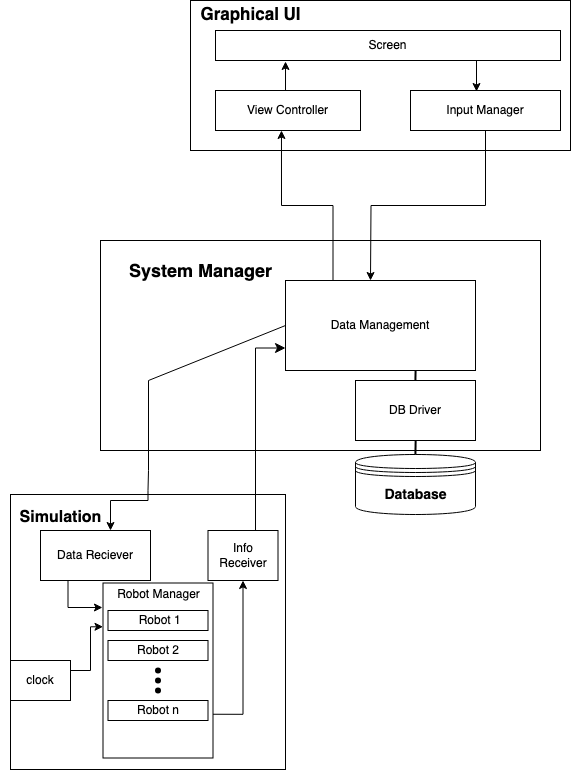
Above: docs/design/Architecture_Diagram/Architecture_Diagram_final.png in ur-swe-fa24/main-project-scrum-heads (draw.io), before the change. Source tidied: cells renumbered, new cells last; positions are measured from the earlier drawing's top-left corner, leaving out a move shared by most shapes. Source of this version:
```xml
<mxGraphModel>
  <root>
    <mxCell id="0" />
    <mxCell id="1" parent="0" />
    <mxCell id="2" style="rounded=0;whiteSpace=wrap;html=1;" parent="1" vertex="1">
      <mxGeometry x="190" width="380" height="150" as="geometry" />
    </mxCell>
    <mxCell id="3" style="whiteSpace=wrap;html=1;" parent="1" vertex="1">
      <mxGeometry x="10" y="494" width="275" height="275" as="geometry" />
    </mxCell>
    <mxCell id="4" style="rounded=0;whiteSpace=wrap;html=1;" parent="1" vertex="1">
      <mxGeometry x="100" y="240" width="440" height="210" as="geometry" />
    </mxCell>
    <mxCell id="5" style="line;strokeWidth=2;html=1;rotation=-89;" parent="1" vertex="1">
      <mxGeometry x="405" y="370" width="20" height="10" as="geometry" />
    </mxCell>
    <mxCell id="6" style="line;strokeWidth=2;html=1;rotation=-89;" parent="1" vertex="1">
      <mxGeometry x="405" y="444" width="20" height="10" as="geometry" />
    </mxCell>
    <mxCell id="7" value="Data Management" style="rounded=0;whiteSpace=wrap;html=1;" parent="1" vertex="1">
      <mxGeometry x="285" y="280" width="190" height="90" as="geometry" />
    </mxCell>
    <mxCell id="8" value="DB Driver" style="rounded=0;whiteSpace=wrap;html=1;" parent="1" vertex="1">
      <mxGeometry x="355" y="380" width="120" height="60" as="geometry" />
    </mxCell>
    <mxCell id="9" style="shape=datastore;whiteSpace=wrap;html=1;" parent="1" vertex="1">
      <mxGeometry x="355" y="454" width="120" height="60" as="geometry" />
    </mxCell>
    <mxCell id="10" style="edgeStyle=orthogonalEdgeStyle;rounded=0;orthogonalLoop=1;jettySize=auto;html=1;exitX=0.5;exitY=0;exitDx=0;exitDy=0;" parent="1" edge="1">
      <mxGeometry relative="1" as="geometry">
        <mxPoint x="147.5" y="490" as="sourcePoint" />
        <mxPoint x="110" y="530" as="targetPoint" />
        <Array as="points">
          <mxPoint x="148" y="500" />
          <mxPoint x="110" y="500" />
        </Array>
      </mxGeometry>
    </mxCell>
    <mxCell id="11" style="edgeStyle=orthogonalEdgeStyle;rounded=0;jettySize=auto;html=1;exitX=1;exitY=0.25;exitDx=0;exitDy=0;entryX=0;entryY=0.25;entryDx=0;entryDy=0;" parent="1" edge="1" source="12" target="16">
      <mxGeometry relative="1" as="geometry">
        <Array as="points">
          <mxPoint x="90" y="670" />
          <mxPoint x="90" y="626" />
        </Array>
      </mxGeometry>
    </mxCell>
    <mxCell id="12" value="clock" style="rounded=0;whiteSpace=wrap;html=1;" parent="1" vertex="1">
      <mxGeometry x="10" y="660" width="60" height="40" as="geometry" />
    </mxCell>
    <mxCell id="13" value="Data Reciever" style="rounded=0;whiteSpace=wrap;html=1;" parent="1" vertex="1">
      <mxGeometry x="40" y="530" width="110" height="50" as="geometry" />
    </mxCell>
    <mxCell id="14" value="Info Receiver" style="rounded=0;whiteSpace=wrap;html=1;" parent="1" vertex="1">
      <mxGeometry x="207.5" y="530" width="70" height="50" as="geometry" />
    </mxCell>
    <mxCell id="15" style="edgeStyle=orthogonalEdgeStyle;rounded=0;jettySize=auto;html=1;exitX=1;exitY=0.75;exitDx=0;exitDy=0;" parent="1" edge="1" source="16" target="14">
      <mxGeometry relative="1" as="geometry" />
    </mxCell>
    <mxCell id="16" style="rounded=0;whiteSpace=wrap;html=1;" parent="1" vertex="1">
      <mxGeometry x="102.5" y="582.5" width="110" height="175" as="geometry" />
    </mxCell>
    <mxCell id="17" value="&amp;nbsp;Robot 1" style="rounded=0;whiteSpace=wrap;html=1;" parent="1" vertex="1">
      <mxGeometry x="107.5" y="610" width="100" height="20" as="geometry" />
    </mxCell>
    <mxCell id="18" value="Robot 2" style="rounded=0;whiteSpace=wrap;html=1;" parent="1" vertex="1">
      <mxGeometry x="107.5" y="640" width="100" height="20" as="geometry" />
    </mxCell>
    <mxCell id="19" value="Robot n" style="rounded=0;whiteSpace=wrap;html=1;" parent="1" vertex="1">
      <mxGeometry x="107.5" y="700" width="100" height="20" as="geometry" />
    </mxCell>
    <mxCell id="20" style="endArrow=none;html=1;rounded=0;entryX=0;entryY=0.5;entryDx=0;entryDy=0;exitX=0.5;exitY=0;exitDx=0;exitDy=0;" parent="1" edge="1" target="7">
      <mxGeometry relative="1" as="geometry">
        <mxPoint x="147.5" y="490" as="sourcePoint" />
        <Array as="points">
          <mxPoint x="148" y="470" />
          <mxPoint x="148" y="450" />
          <mxPoint x="148" y="380" />
        </Array>
      </mxGeometry>
    </mxCell>
    <mxCell id="21" value="Simulation" style="text;strokeColor=none;fillColor=none;html=1;fontSize=16;fontStyle=1;verticalAlign=middle;align=center;" parent="1" vertex="1">
      <mxGeometry y="504" width="120" height="26" as="geometry" />
    </mxCell>
    <mxCell id="22" value="System Manager" style="text;strokeColor=none;fillColor=none;html=1;fontSize=18;fontStyle=1;verticalAlign=middle;align=center;" parent="1" vertex="1">
      <mxGeometry x="150" y="250" width="100" height="40" as="geometry" />
    </mxCell>
    <mxCell id="23" value="Database" style="text;strokeColor=none;fillColor=none;html=1;fontSize=14;fontStyle=1;verticalAlign=middle;align=center;" parent="1" vertex="1">
      <mxGeometry x="365" y="474" width="100" height="40" as="geometry" />
    </mxCell>
    <mxCell id="24" value="Screen" style="rounded=0;whiteSpace=wrap;html=1;" parent="1" vertex="1">
      <mxGeometry x="215" y="30" width="345" height="30" as="geometry" />
    </mxCell>
    <mxCell id="25" value="View Controller" style="rounded=0;whiteSpace=wrap;html=1;" parent="1" vertex="1">
      <mxGeometry x="215" y="90" width="145" height="40" as="geometry" />
    </mxCell>
    <mxCell id="26" value="Input Manager" style="rounded=0;whiteSpace=wrap;html=1;" parent="1" vertex="1">
      <mxGeometry x="410" y="90" width="150" height="40" as="geometry" />
    </mxCell>
    <mxCell id="27" style="edgeStyle=orthogonalEdgeStyle;rounded=0;jettySize=auto;html=1;exitX=0.5;exitY=1;exitDx=0;exitDy=0;" parent="1" edge="1" source="26">
      <mxGeometry relative="1" as="geometry">
        <mxPoint x="370" y="280" as="targetPoint" />
      </mxGeometry>
    </mxCell>
    <mxCell id="28" style="edgeStyle=orthogonalEdgeStyle;rounded=0;jettySize=auto;html=1;exitX=0.25;exitY=0;exitDx=0;exitDy=0;entryX=0.455;entryY=1;entryDx=0;entryDy=0;entryPerimeter=0;" parent="1" edge="1" source="7" target="25">
      <mxGeometry relative="1" as="geometry" />
    </mxCell>
    <mxCell id="29" style="edgeStyle=orthogonalEdgeStyle;rounded=0;jettySize=auto;html=1;exitX=0.5;exitY=0;exitDx=0;exitDy=0;entryX=0.203;entryY=1.033;entryDx=0;entryDy=0;entryPerimeter=0;" parent="1" edge="1" source="25" target="24">
      <mxGeometry relative="1" as="geometry" />
    </mxCell>
    <mxCell id="30" style="edgeStyle=orthogonalEdgeStyle;rounded=0;jettySize=auto;html=1;exitX=0.75;exitY=1;exitDx=0;exitDy=0;entryX=0.44;entryY=0.025;entryDx=0;entryDy=0;entryPerimeter=0;" parent="1" edge="1" source="24" target="26">
      <mxGeometry relative="1" as="geometry" />
    </mxCell>
    <mxCell id="31" value="Graphical UI" style="text;strokeColor=none;fillColor=none;html=1;fontSize=17;fontStyle=1;verticalAlign=middle;align=center;" parent="1" vertex="1">
      <mxGeometry x="200" y="8" width="100" height="12" as="geometry" />
    </mxCell>
    <mxCell id="32" style="shape=waypoint;sketch=0;fillStyle=solid;size=6;fillColor=none;perimeter=centerPerimeter;" parent="1" vertex="1">
      <mxGeometry x="147.5" y="660" width="20" height="20" as="geometry" />
    </mxCell>
    <mxCell id="33" style="shape=waypoint;sketch=0;fillStyle=solid;size=6;fillColor=none;perimeter=centerPerimeter;" parent="1" vertex="1">
      <mxGeometry x="147.5" y="670" width="20" height="20" as="geometry" />
    </mxCell>
    <mxCell id="34" style="shape=waypoint;sketch=0;fillStyle=solid;size=6;fillColor=none;perimeter=centerPerimeter;" parent="1" vertex="1">
      <mxGeometry x="147.5" y="680" width="20" height="20" as="geometry" />
    </mxCell>
    <mxCell id="35" style="edgeStyle=elbowEdgeStyle;elbow=horizontal;endArrow=classic;html=1;curved=0;rounded=0;endSize=8;startSize=8;exitX=0.25;exitY=0;exitDx=0;exitDy=0;entryX=0;entryY=0.75;entryDx=0;entryDy=0;" parent="1" edge="1" source="14" target="7">
      <mxGeometry relative="1" as="geometry" />
    </mxCell>
    <mxCell id="36" value="&lt;span style=&quot;font-weight: normal;&quot;&gt;&lt;font style=&quot;font-size: 12px;&quot;&gt;Robot Manager&lt;/font&gt;&lt;/span&gt;" style="text;strokeColor=none;fillColor=none;html=1;fontSize=24;fontStyle=1;verticalAlign=middle;align=center;" parent="1" vertex="1">
      <mxGeometry x="107.5" y="570" width="100" height="40" as="geometry" />
    </mxCell>
    <mxCell id="37" style="edgeStyle=orthogonalEdgeStyle;rounded=0;jettySize=auto;html=1;exitX=0.25;exitY=1;exitDx=0;exitDy=0;entryX=-0.005;entryY=0.14;entryDx=0;entryDy=0;entryPerimeter=0;" parent="1" edge="1" source="13" target="16">
      <mxGeometry relative="1" as="geometry" />
    </mxCell>
  </root>
</mxGraphModel>
```
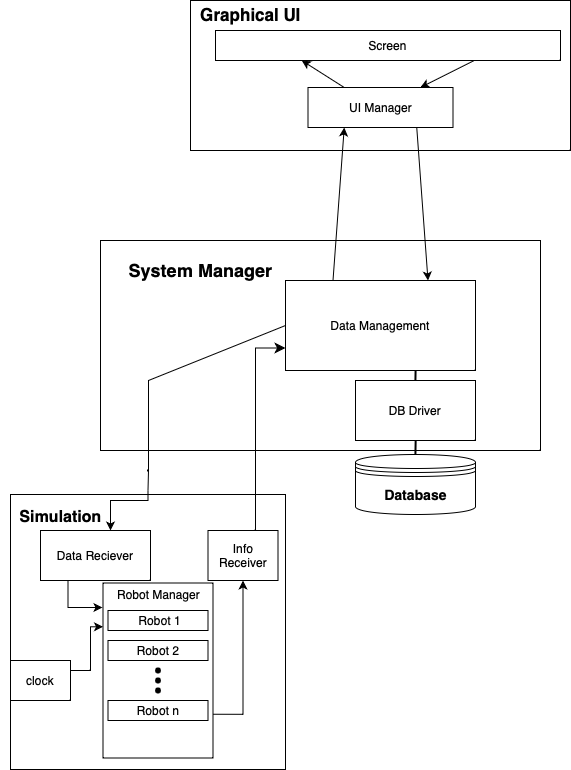
The same file after the commit.

What changed in the source:
```diff
@@ -90,26 +90,9 @@
     <mxCell id="24" value="Screen" style="rounded=0;whiteSpace=wrap;html=1;" parent="1" vertex="1">
       <mxGeometry x="215" y="30" width="345" height="30" as="geometry" />
     </mxCell>
-    <mxCell id="25" value="View Controller" style="rounded=0;whiteSpace=wrap;html=1;" parent="1" vertex="1">
-      <mxGeometry x="215" y="90" width="145" height="40" as="geometry" />
+    <mxCell id="25" value="UI Manager" style="rounded=0;whiteSpace=wrap;html=1;" parent="1" vertex="1">
+      <mxGeometry x="307.5" y="87" width="145" height="40" as="geometry" />
     </mxCell>
-    <mxCell id="26" value="Input Manager" style="rounded=0;whiteSpace=wrap;html=1;" parent="1" vertex="1">
-      <mxGeometry x="410" y="90" width="150" height="40" as="geometry" />
-    </mxCell>
-    <mxCell id="27" style="edgeStyle=orthogonalEdgeStyle;rounded=0;jettySize=auto;html=1;exitX=0.5;exitY=1;exitDx=0;exitDy=0;" parent="1" edge="1" source="26">
-      <mxGeometry relative="1" as="geometry">
-        <mxPoint x="370" y="280" as="targetPoint" />
-      </mxGeometry>
-    </mxCell>
-    <mxCell id="28" style="edgeStyle=orthogonalEdgeStyle;rounded=0;jettySize=auto;html=1;exitX=0.25;exitY=0;exitDx=0;exitDy=0;entryX=0.455;entryY=1;entryDx=0;entryDy=0;entryPerimeter=0;" parent="1" edge="1" source="7" target="25">
-      <mxGeometry relative="1" as="geometry" />
-    </mxCell>
-    <mxCell id="29" style="edgeStyle=orthogonalEdgeStyle;rounded=0;jettySize=auto;html=1;exitX=0.5;exitY=0;exitDx=0;exitDy=0;entryX=0.203;entryY=1.033;entryDx=0;entryDy=0;entryPerimeter=0;" parent="1" edge="1" source="25" target="24">
-      <mxGeometry relative="1" as="geometry" />
-    </mxCell>
-    <mxCell id="30" style="edgeStyle=orthogonalEdgeStyle;rounded=0;jettySize=auto;html=1;exitX=0.75;exitY=1;exitDx=0;exitDy=0;entryX=0.44;entryY=0.025;entryDx=0;entryDy=0;entryPerimeter=0;" parent="1" edge="1" source="24" target="26">
-      <mxGeometry relative="1" as="geometry" />
-    </mxCell>
     <mxCell id="31" value="Graphical UI" style="text;strokeColor=none;fillColor=none;html=1;fontSize=17;fontStyle=1;verticalAlign=middle;align=center;" parent="1" vertex="1">
       <mxGeometry x="200" y="8" width="100" height="12" as="geometry" />
     </mxCell>
@@ -131,5 +114,17 @@
     <mxCell id="37" style="edgeStyle=orthogonalEdgeStyle;rounded=0;jettySize=auto;html=1;exitX=0.25;exitY=1;exitDx=0;exitDy=0;entryX=-0.005;entryY=0.14;entryDx=0;entryDy=0;entryPerimeter=0;" parent="1" edge="1" source="13" target="16">
       <mxGeometry relative="1" as="geometry" />
     </mxCell>
+    <mxCell id="38" style="endArrow=classic;html=1;rounded=0;exitX=0.75;exitY=1;exitDx=0;exitDy=0;entryX=0.75;entryY=0;entryDx=0;entryDy=0;" parent="1" edge="1" source="25" target="7">
+      <mxGeometry relative="1" as="geometry" />
+    </mxCell>
+    <mxCell id="39" style="endArrow=classic;html=1;rounded=0;exitX=0.75;exitY=1;exitDx=0;exitDy=0;" parent="1" edge="1" source="24" target="25">
+      <mxGeometry relative="1" as="geometry" />
+    </mxCell>
+    <mxCell id="28" style="endArrow=classic;html=1;rounded=0;exitX=0.25;exitY=0;exitDx=0;exitDy=0;entryX=0.25;entryY=1;entryDx=0;entryDy=0;" parent="1" edge="1" source="7" target="25">
+      <mxGeometry relative="1" as="geometry" />
+    </mxCell>
+    <mxCell id="29" style="endArrow=classic;html=1;rounded=0;exitX=0.25;exitY=0;exitDx=0;exitDy=0;entryX=0.25;entryY=1;entryDx=0;entryDy=0;" parent="1" edge="1" source="25" target="24">
+      <mxGeometry relative="1" as="geometry" />
+    </mxCell>
   </root>
 </mxGraphModel>
```
